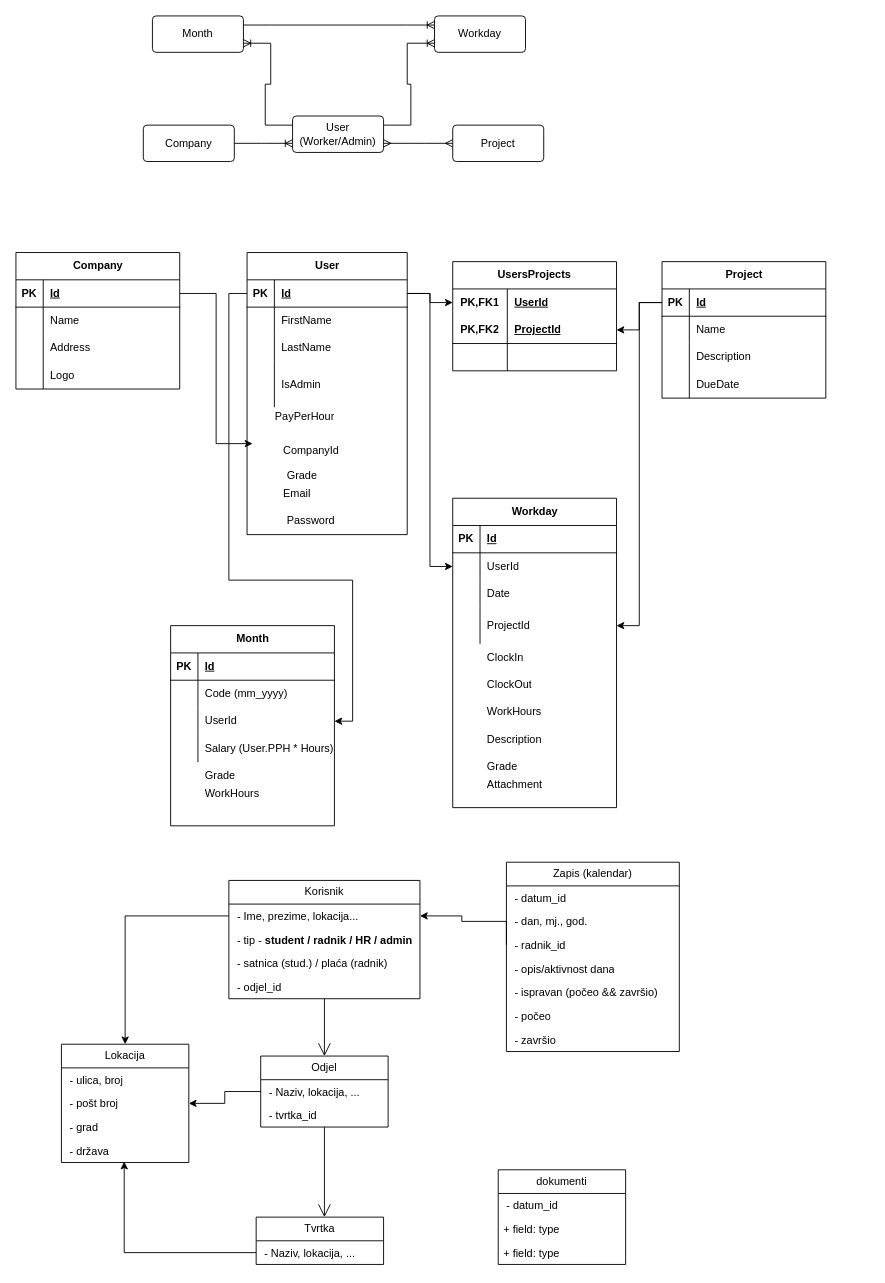
Before: timekeper-baza.drawio in marinjurisich/TimeKeeper, a draw.io diagram. Source tidied: cells renumbered, new cells numbered last; positions are measured from the earlier drawing's top-left corner, leaving out a move shared by most shapes. Both pictures are drawn from the tidied source at 91%, with x=0, y=0 at pixel (15, 15).
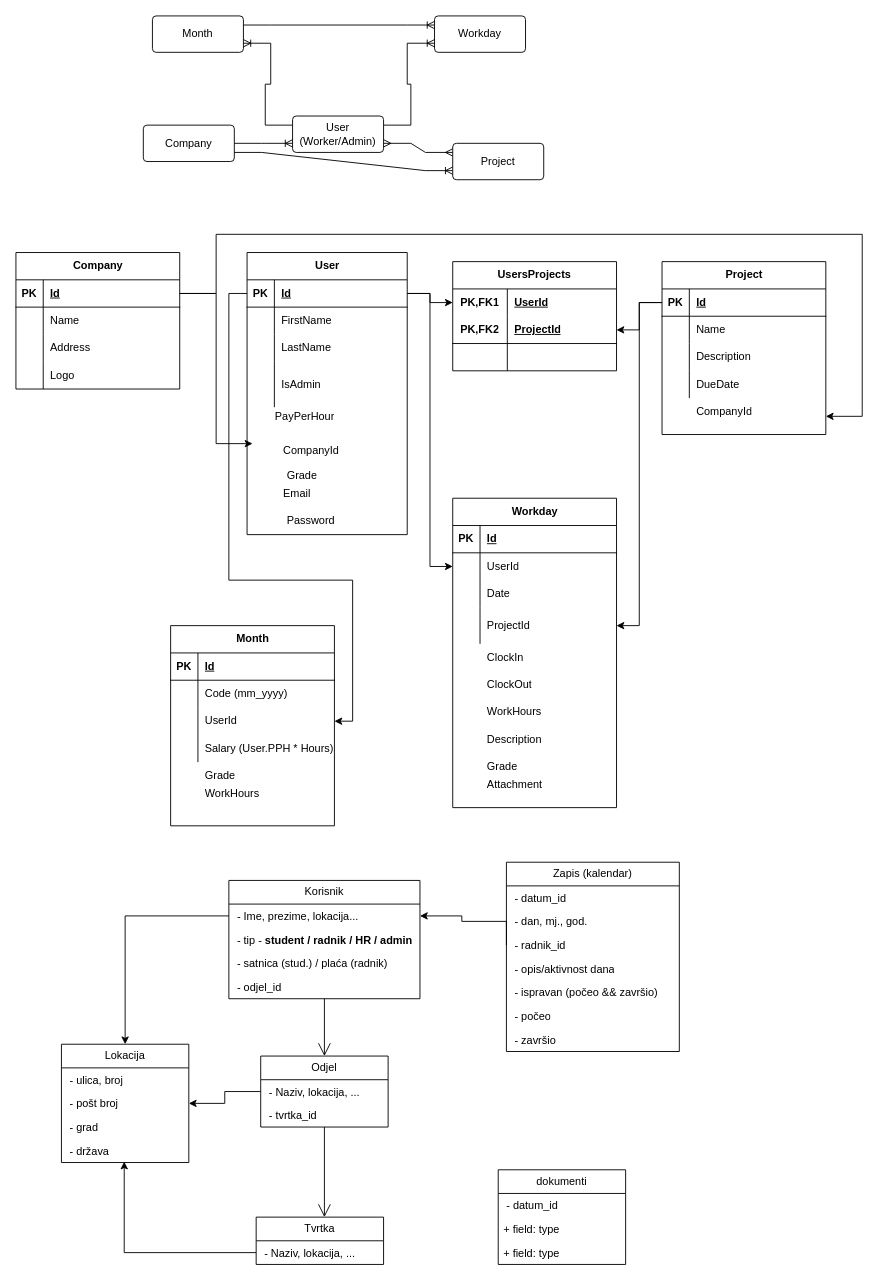
The same diagram, later.

Unchanged cells that the change refers to:
```xml
<mxCell id="35" value="Company" style="rounded=1;arcSize=10;whiteSpace=wrap;html=1;align=center;" parent="1" vertex="1">
  <mxGeometry x="140" y="120" width="100" height="40" as="geometry" />
</mxCell>
<mxCell id="36" value="User (Worker/Admin)" style="rounded=1;arcSize=10;whiteSpace=wrap;html=1;align=center;" parent="1" vertex="1">
  <mxGeometry x="304" y="110" width="100" height="40" as="geometry" />
</mxCell>
<mxCell id="46" style="shape=tableRow;horizontal=0;startSize=0;swimlaneHead=0;swimlaneBody=0;fillColor=none;points=[[0,0.5],[1,0.5]];portConstraint=eastwest;top=0;left=0;right=0;bottom=1;" parent="45" vertex="1">
  <mxGeometry y="30" width="180" height="30" as="geometry" />
</mxCell>
```

What changed in the source:
```diff
@@
     <mxCell id="39" value="Project" style="rounded=1;arcSize=10;whiteSpace=wrap;html=1;align=center;" parent="1" vertex="1">
-      <mxGeometry x="480" y="120" width="100" height="40" as="geometry" />
+      <mxGeometry x="480" y="140" width="100" height="40" as="geometry" />
     </mxCell>
@@
-    <mxCell id="41" style="edgeStyle=entityRelationEdgeStyle;fontSize=12;html=1;endArrow=ERmany;startArrow=ERmany;rounded=0;entryX=0;entryY=0.5;entryDx=0;entryDy=0;exitX=1;exitY=0.75;exitDx=0;exitDy=0;" parent="1" edge="1" source="36" target="39">
+    <mxCell id="41" style="edgeStyle=entityRelationEdgeStyle;fontSize=12;html=1;endArrow=ERmany;startArrow=ERmany;rounded=0;entryX=0;entryY=0.25;entryDx=0;entryDy=0;exitX=1;exitY=0.75;exitDx=0;exitDy=0;" parent="1" edge="1" source="36" target="39">
       <mxGeometry relative="1" as="geometry" />
     </mxCell>
@@
     <mxCell id="81" value="Project" style="shape=table;startSize=30;childLayout=tableLayout;rowLines=0;fontStyle=1;align=center;html=1;" parent="1" vertex="1">
-      <mxGeometry x="710" y="270" width="180" height="150" as="geometry" />
+      <mxGeometry x="710" y="270" width="180" height="190" as="geometry" />
     </mxCell>
@@
+    <mxCell id="143" style="edgeStyle=entityRelationEdgeStyle;fontSize=12;html=1;endArrow=ERoneToMany;rounded=0;exitX=1;exitY=0.75;exitDx=0;exitDy=0;entryX=0;entryY=0.75;entryDx=0;entryDy=0;" parent="1" edge="1" source="35" target="39">
+      <mxGeometry relative="1" as="geometry" />
+    </mxCell>
+    <mxCell id="144" value="CompanyId" style="shape=partialRectangle;fillColor=none;top=0;left=0;bottom=0;right=0;align=left;spacingLeft=6;overflow=hidden;whiteSpace=wrap;html=1;" parent="1" vertex="1">
+      <mxGeometry x="740" y="420" width="150" height="30" as="geometry" />
+    </mxCell>
+    <mxCell id="145" style="edgeStyle=orthogonalEdgeStyle;rounded=0;jettySize=auto;html=1;" parent="1" edge="1" source="46">
+      <mxGeometry relative="1" as="geometry">
+        <mxPoint x="890" y="440" as="targetPoint" />
+        <Array as="points">
+          <mxPoint x="220" y="305" />
+          <mxPoint x="220" y="240" />
+          <mxPoint x="930" y="240" />
+          <mxPoint x="930" y="440" />
+        </Array>
+      </mxGeometry>
+    </mxCell>
```
